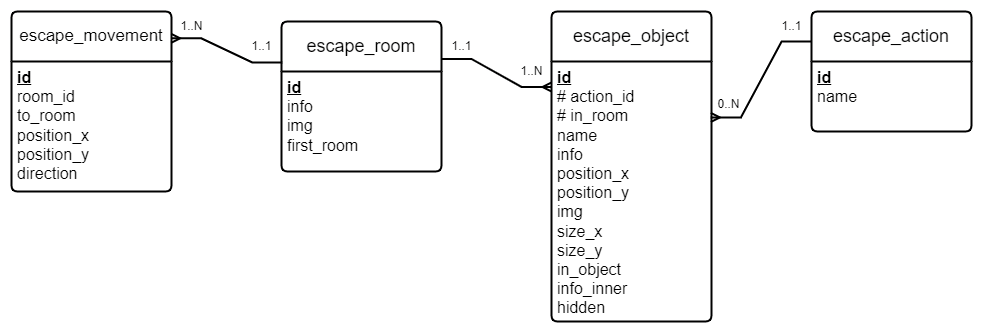
Earlier version of the draw.io export public/image/escapegame/er-diagram.png (p0ntan/mvc). Source tidied: cells renumbered, new cells last; positions are measured from the earlier drawing's top-left corner, leaving out a move shared by most shapes. The source it was exported from:
```xml
<mxGraphModel>
  <root>
    <mxCell id="0" />
    <mxCell id="1" parent="0" />
    <mxCell id="2" value="&lt;font style=&quot;font-size: 18px;&quot;&gt;escape_object&lt;/font&gt;" style="swimlane;horizontal=1;startSize=50;rounded=1;fontSize=14;fontStyle=0;strokeWidth=2;shadow=0;dashed=0;align=center;arcSize=4;whiteSpace=wrap;html=1;" parent="1" vertex="1">
      <mxGeometry x="540" width="160" height="310" as="geometry" />
    </mxCell>
    <mxCell id="3" value="&lt;font style=&quot;font-size: 16px;&quot;&gt;&lt;b style=&quot;text-decoration-line: underline;&quot;&gt;id&lt;/b&gt;&lt;br&gt;#&lt;b&gt;&amp;nbsp;&lt;/b&gt;action_id&lt;br&gt;#&lt;b&gt;&amp;nbsp;&lt;/b&gt;in_room&lt;br&gt;name&lt;br&gt;info&lt;br&gt;position_x&lt;br&gt;position_y&lt;br&gt;img&lt;br&gt;size_x&lt;br&gt;size_y&lt;br&gt;in_object&lt;br&gt;info_inner&lt;br&gt;hidden&lt;/font&gt;" style="align=left;strokeColor=none;fillColor=none;spacingLeft=4;fontSize=12;verticalAlign=top;html=1;" parent="2" vertex="1">
      <mxGeometry y="50" width="160" height="260" as="geometry" />
    </mxCell>
    <mxCell id="4" value="&lt;font style=&quot;font-size: 18px;&quot;&gt;escape_action&lt;/font&gt;" style="swimlane;horizontal=1;startSize=50;rounded=1;fontSize=14;fontStyle=0;strokeWidth=2;shadow=0;dashed=0;align=center;arcSize=4;whiteSpace=wrap;html=1;" parent="1" vertex="1">
      <mxGeometry x="800" width="160" height="120" as="geometry" />
    </mxCell>
    <mxCell id="5" value="&lt;font style=&quot;font-size: 16px;&quot;&gt;&lt;b&gt;&lt;u&gt;id&lt;/u&gt;&lt;/b&gt;&lt;br&gt;name&lt;/font&gt;" style="align=left;strokeColor=none;fillColor=none;spacingLeft=4;fontSize=12;verticalAlign=top;html=1;" parent="4" vertex="1">
      <mxGeometry y="50" width="160" height="70" as="geometry" />
    </mxCell>
    <mxCell id="6" style="edgeStyle=entityRelationEdgeStyle;fontSize=12;html=1;endArrow=ERmany;rounded=0;exitX=0;exitY=0.25;exitDx=0;exitDy=0;entryX=0.996;entryY=0.215;entryDx=0;entryDy=0;entryPerimeter=0;strokeWidth=2;" parent="1" edge="1" source="4" target="3">
      <mxGeometry relative="1" as="geometry" />
    </mxCell>
    <mxCell id="7" value="&lt;font style=&quot;font-size: 18px;&quot;&gt;escape_room&lt;/font&gt;" style="swimlane;horizontal=1;startSize=50;rounded=1;fontSize=14;fontStyle=0;strokeWidth=2;shadow=0;dashed=0;align=center;arcSize=4;whiteSpace=wrap;html=1;" parent="1" vertex="1">
      <mxGeometry x="270" y="10" width="160" height="150" as="geometry" />
    </mxCell>
    <mxCell id="8" value="&lt;font style=&quot;font-size: 16px;&quot;&gt;&lt;b&gt;&lt;u&gt;id&lt;/u&gt;&lt;/b&gt;&lt;br&gt;info&lt;br&gt;img&lt;br&gt;first_room&lt;/font&gt;" style="align=left;strokeColor=none;fillColor=none;spacingLeft=4;fontSize=12;verticalAlign=top;html=1;" parent="7" vertex="1">
      <mxGeometry y="50" width="160" height="100" as="geometry" />
    </mxCell>
    <mxCell id="9" style="edgeStyle=entityRelationEdgeStyle;fontSize=12;html=1;endArrow=ERmany;rounded=0;entryX=0;entryY=0.098;entryDx=0;entryDy=0;entryPerimeter=0;exitX=1;exitY=0.25;exitDx=0;exitDy=0;strokeWidth=2;jumpSize=6;" parent="1" edge="1" source="7" target="3">
      <mxGeometry relative="1" as="geometry" />
    </mxCell>
    <mxCell id="10" value="&lt;font style=&quot;font-size: 17px;&quot;&gt;escape_movement&lt;/font&gt;" style="swimlane;horizontal=1;startSize=50;rounded=1;fontSize=14;fontStyle=0;strokeWidth=2;shadow=0;dashed=0;align=center;arcSize=4;whiteSpace=wrap;html=1;" parent="1" vertex="1">
      <mxGeometry width="160" height="180" as="geometry" />
    </mxCell>
    <mxCell id="11" value="&lt;font style=&quot;font-size: 16px;&quot;&gt;&lt;b&gt;&lt;u&gt;id&lt;/u&gt;&lt;/b&gt;&lt;br&gt;room_id&lt;br&gt;to_room&lt;br&gt;position_x&lt;br&gt;position_y&lt;br&gt;direction&lt;/font&gt;" style="align=left;strokeColor=none;fillColor=none;spacingLeft=4;fontSize=12;verticalAlign=top;html=1;" parent="10" vertex="1">
      <mxGeometry y="50" width="160" height="130" as="geometry" />
    </mxCell>
    <mxCell id="12" style="edgeStyle=entityRelationEdgeStyle;fontSize=12;html=1;endArrow=ERmany;rounded=0;exitX=0.005;exitY=0.273;exitDx=0;exitDy=0;entryX=0.998;entryY=0.149;entryDx=0;entryDy=0;entryPerimeter=0;exitPerimeter=0;strokeWidth=2;jumpSize=4;targetPerimeterSpacing=3;" parent="1" edge="1" source="7" target="10">
      <mxGeometry relative="1" as="geometry" />
    </mxCell>
    <mxCell id="13" value="1..1" style="text;html=1;align=center;verticalAlign=middle;strokeColor=none;fillColor=none;" parent="1" vertex="1">
      <mxGeometry x="230" y="20" width="40" height="30" as="geometry" />
    </mxCell>
    <mxCell id="14" value="1..N" style="text;html=1;align=center;verticalAlign=middle;strokeColor=none;fillColor=none;" parent="1" vertex="1">
      <mxGeometry x="155" width="50" height="30" as="geometry" />
    </mxCell>
    <mxCell id="15" value="1..1" style="text;html=1;align=center;verticalAlign=middle;strokeColor=none;fillColor=none;" parent="1" vertex="1">
      <mxGeometry x="430" y="20" width="40" height="30" as="geometry" />
    </mxCell>
    <mxCell id="16" value="1..N" style="text;html=1;align=center;verticalAlign=middle;strokeColor=none;fillColor=none;" parent="1" vertex="1">
      <mxGeometry x="495" y="45" width="50" height="30" as="geometry" />
    </mxCell>
    <mxCell id="17" value="1..1" style="text;html=1;align=center;verticalAlign=middle;strokeColor=none;fillColor=none;" parent="1" vertex="1">
      <mxGeometry x="760" width="40" height="30" as="geometry" />
    </mxCell>
    <mxCell id="18" value="0..N" style="text;html=1;align=center;verticalAlign=middle;strokeColor=none;fillColor=none;" parent="1" vertex="1">
      <mxGeometry x="692" y="78" width="50" height="30" as="geometry" />
    </mxCell>
  </root>
</mxGraphModel>
```
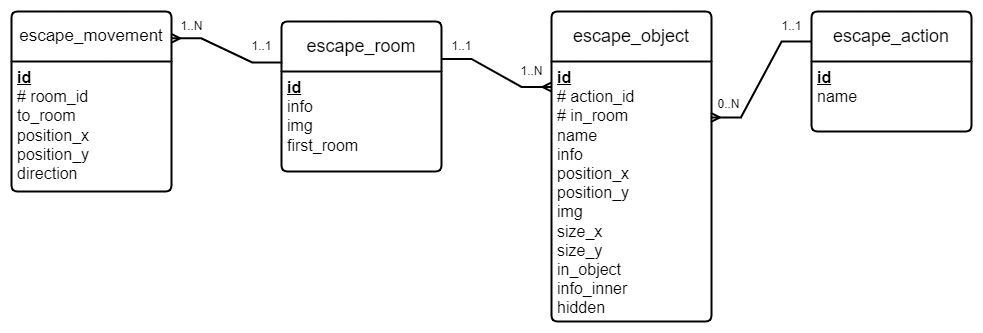
The same file after the commit.

What changed in the source:
```diff
@@ -29,7 +29,7 @@
     <mxCell id="10" value="&lt;font style=&quot;font-size: 17px;&quot;&gt;escape_movement&lt;/font&gt;" style="swimlane;horizontal=1;startSize=50;rounded=1;fontSize=14;fontStyle=0;strokeWidth=2;shadow=0;dashed=0;align=center;arcSize=4;whiteSpace=wrap;html=1;" parent="1" vertex="1">
       <mxGeometry width="160" height="180" as="geometry" />
     </mxCell>
-    <mxCell id="11" value="&lt;font style=&quot;font-size: 16px;&quot;&gt;&lt;b&gt;&lt;u&gt;id&lt;/u&gt;&lt;/b&gt;&lt;br&gt;room_id&lt;br&gt;to_room&lt;br&gt;position_x&lt;br&gt;position_y&lt;br&gt;direction&lt;/font&gt;" style="align=left;strokeColor=none;fillColor=none;spacingLeft=4;fontSize=12;verticalAlign=top;html=1;" parent="10" vertex="1">
+    <mxCell id="11" value="&lt;font style=&quot;font-size: 16px;&quot;&gt;&lt;b&gt;&lt;u&gt;id&lt;/u&gt;&lt;/b&gt;&lt;br&gt;#&lt;b&gt;&amp;nbsp;&lt;/b&gt;room_id&lt;br&gt;to_room&lt;br&gt;position_x&lt;br&gt;position_y&lt;br&gt;direction&lt;/font&gt;" style="align=left;strokeColor=none;fillColor=none;spacingLeft=4;fontSize=12;verticalAlign=top;html=1;" parent="10" vertex="1">
       <mxGeometry y="50" width="160" height="130" as="geometry" />
     </mxCell>
     <mxCell id="12" style="edgeStyle=entityRelationEdgeStyle;fontSize=12;html=1;endArrow=ERmany;rounded=0;exitX=0.005;exitY=0.273;exitDx=0;exitDy=0;entryX=0.998;entryY=0.149;entryDx=0;entryDy=0;entryPerimeter=0;exitPerimeter=0;strokeWidth=2;jumpSize=4;targetPerimeterSpacing=3;" parent="1" edge="1" source="7" target="10">
```
